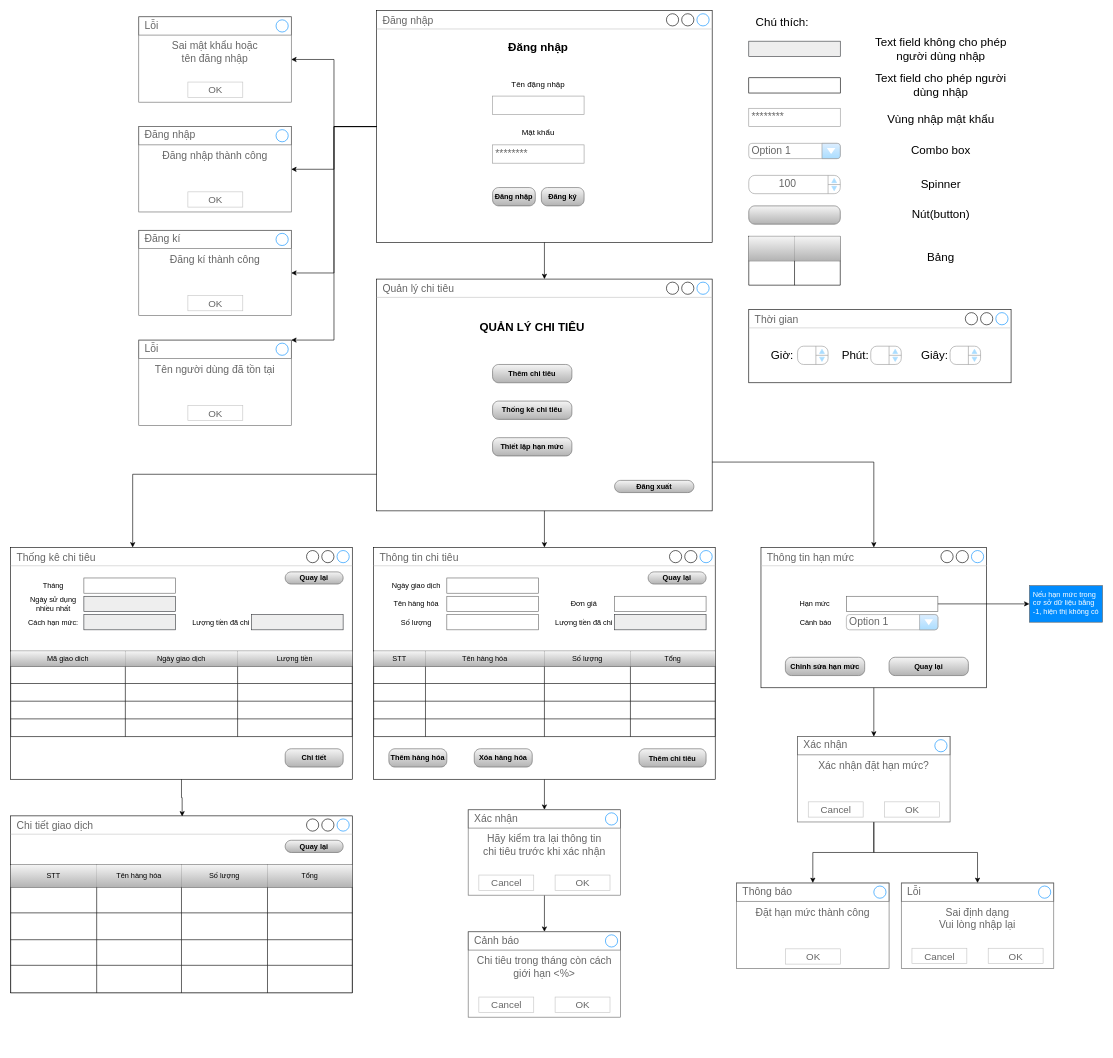
AkallHuynh/IS216.L21.HTCL-Java keeps this draw.io diagram as page "Sơ đồ màn hình" (1 of 6) of Diagrams/Screen diagram.drawio. Above is the earlier version. Source tidied: cells renumbered, new cells numbered last; positions are measured from the earlier drawing's top-left corner, leaving out a move shared by most shapes. Both pictures are drawn from the tidied source at 61%, with x=0, y=0 at pixel (10, 10).
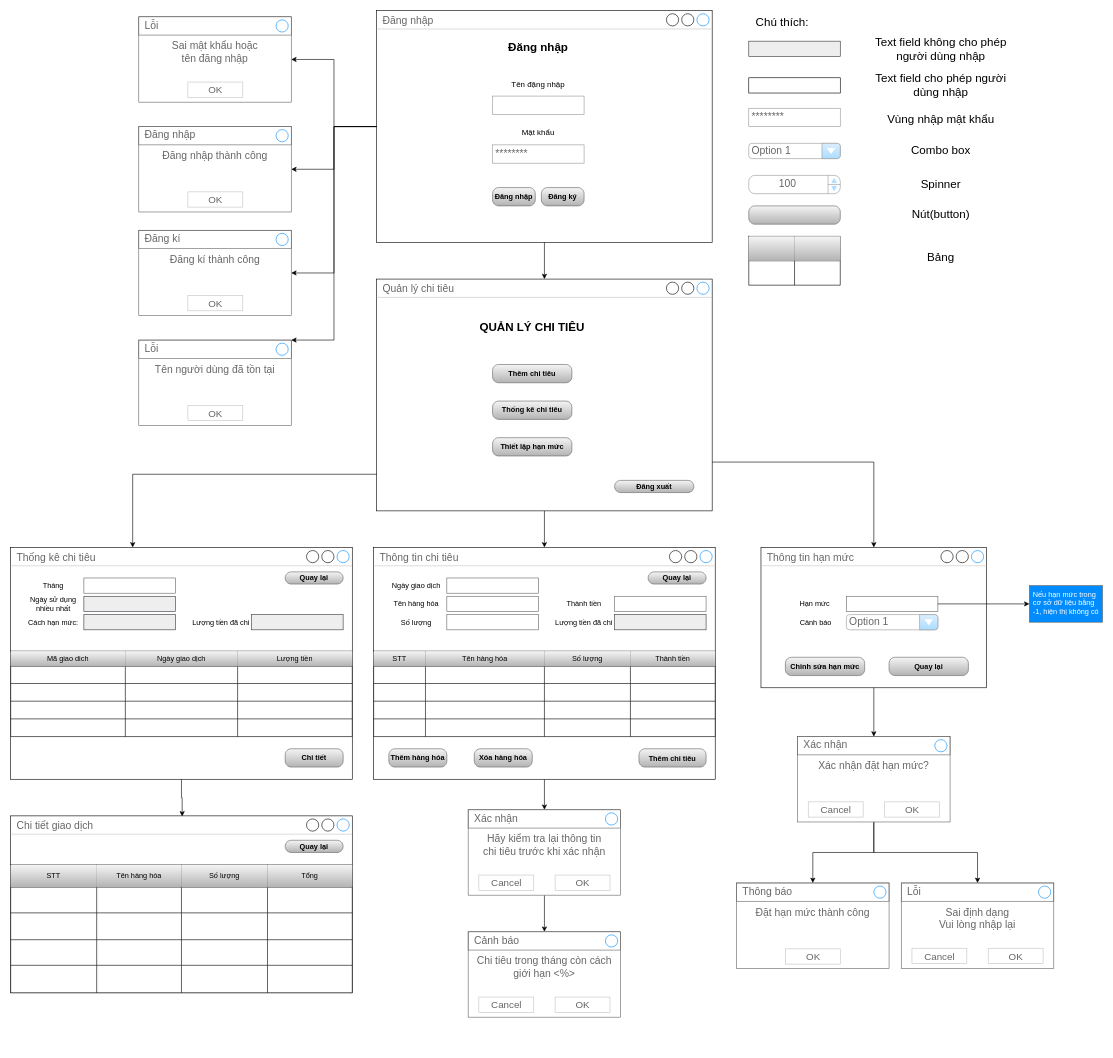
Above is the later version.

Unchanged cells that the change refers to:
```xml
<mxCell id="9" style="group;" parent="1" vertex="1">
  <mxGeometry x="595" y="880" width="560" height="380" as="geometry" />
</mxCell>
<mxCell id="14" style="shape=partialRectangle;html=1;whiteSpace=wrap;fillColor=none;top=0;left=0;bottom=0;right=0;" parent="13" vertex="1">
  <mxGeometry width="560" height="25" as="geometry" />
</mxCell>
```

What changed in the source:
```diff
@@
-    <mxCell id="18" value="Tổng" style="shape=partialRectangle;html=1;whiteSpace=wrap;overflow=hidden;fillColor=#f5f5f5;top=0;left=0;bottom=0;right=0;strokeColor=#666666;gradientDirection=south;gradientColor=#b3b3b3;" parent="14" vertex="1">
+    <mxCell id="18" value="Thành tiền" style="shape=partialRectangle;html=1;whiteSpace=wrap;overflow=hidden;fillColor=#f5f5f5;top=0;left=0;bottom=0;right=0;strokeColor=#666666;gradientDirection=south;gradientColor=#b3b3b3;" parent="14" vertex="1">
       <mxGeometry x="421" width="139" height="25" as="geometry" />
     </mxCell>
@@
-    <mxCell id="41" value="Đơn giá" style="text;html=1;strokeColor=none;fillColor=none;align=center;verticalAlign=middle;whiteSpace=wrap;rounded=0;" parent="9" vertex="1">
+    <mxCell id="41" value="Thành tiền" style="text;html=1;strokeColor=none;fillColor=none;align=center;verticalAlign=middle;whiteSpace=wrap;rounded=0;" parent="9" vertex="1">
       <mxGeometry x="295" y="80" width="100" height="25" as="geometry" />
     </mxCell>
@@
-    <mxCell id="132" value="Thời gian" style="strokeWidth=1;shadow=0;dashed=0;align=center;html=1;shape=mxgraph.mockup.containers.window;align=left;verticalAlign=top;spacingLeft=8;strokeColor2=#008cff;strokeColor3=#c4c4c4;fontColor=#666666;mainText=;fontSize=17;labelBackgroundColor=none;" parent="1" vertex="1">
-      <mxGeometry x="1210" y="490" width="430" height="120" as="geometry" />
-    </mxCell>
-    <mxCell id="133" value="Giờ:" style="text;html=1;strokeColor=none;fillColor=none;align=center;verticalAlign=middle;whiteSpace=wrap;rounded=0;fontSize=19;" parent="1" vertex="1">
-      <mxGeometry x="1240" y="550" width="50" height="30" as="geometry" />
-    </mxCell>
-    <mxCell id="134" style="strokeWidth=1;shadow=0;dashed=0;align=center;html=1;shape=mxgraph.mockup.forms.spinner;strokeColor=#999999;spinLayout=right;spinStyle=normal;adjStyle=triangle;fillColor=#aaddff;fontSize=17;fontColor=#666666;mainText=;html=1;overflow=fill;" parent="1" vertex="1">
-      <mxGeometry x="1290" y="550" width="50" height="30" as="geometry" />
-    </mxCell>
-    <mxCell id="135" value="Phút:" style="text;html=1;strokeColor=none;fillColor=none;align=center;verticalAlign=middle;whiteSpace=wrap;rounded=0;fontSize=19;" parent="1" vertex="1">
-      <mxGeometry x="1360" y="550" width="50" height="30" as="geometry" />
-    </mxCell>
-    <mxCell id="136" style="strokeWidth=1;shadow=0;dashed=0;align=center;html=1;shape=mxgraph.mockup.forms.spinner;strokeColor=#999999;spinLayout=right;spinStyle=normal;adjStyle=triangle;fillColor=#aaddff;fontSize=17;fontColor=#666666;mainText=;html=1;overflow=fill;" parent="1" vertex="1">
-      <mxGeometry x="1410" y="550" width="50" height="30" as="geometry" />
-    </mxCell>
-    <mxCell id="137" value="Giây:" style="text;html=1;strokeColor=none;fillColor=none;align=center;verticalAlign=middle;whiteSpace=wrap;rounded=0;fontSize=19;" parent="1" vertex="1">
-      <mxGeometry x="1490" y="550" width="50" height="30" as="geometry" />
-    </mxCell>
-    <mxCell id="138" style="strokeWidth=1;shadow=0;dashed=0;align=center;html=1;shape=mxgraph.mockup.forms.spinner;strokeColor=#999999;spinLayout=right;spinStyle=normal;adjStyle=triangle;fillColor=#aaddff;fontSize=17;fontColor=#666666;mainText=;html=1;overflow=fill;" parent="1" vertex="1">
-      <mxGeometry x="1540" y="550" width="50" height="30" as="geometry" />
-    </mxCell>
```
